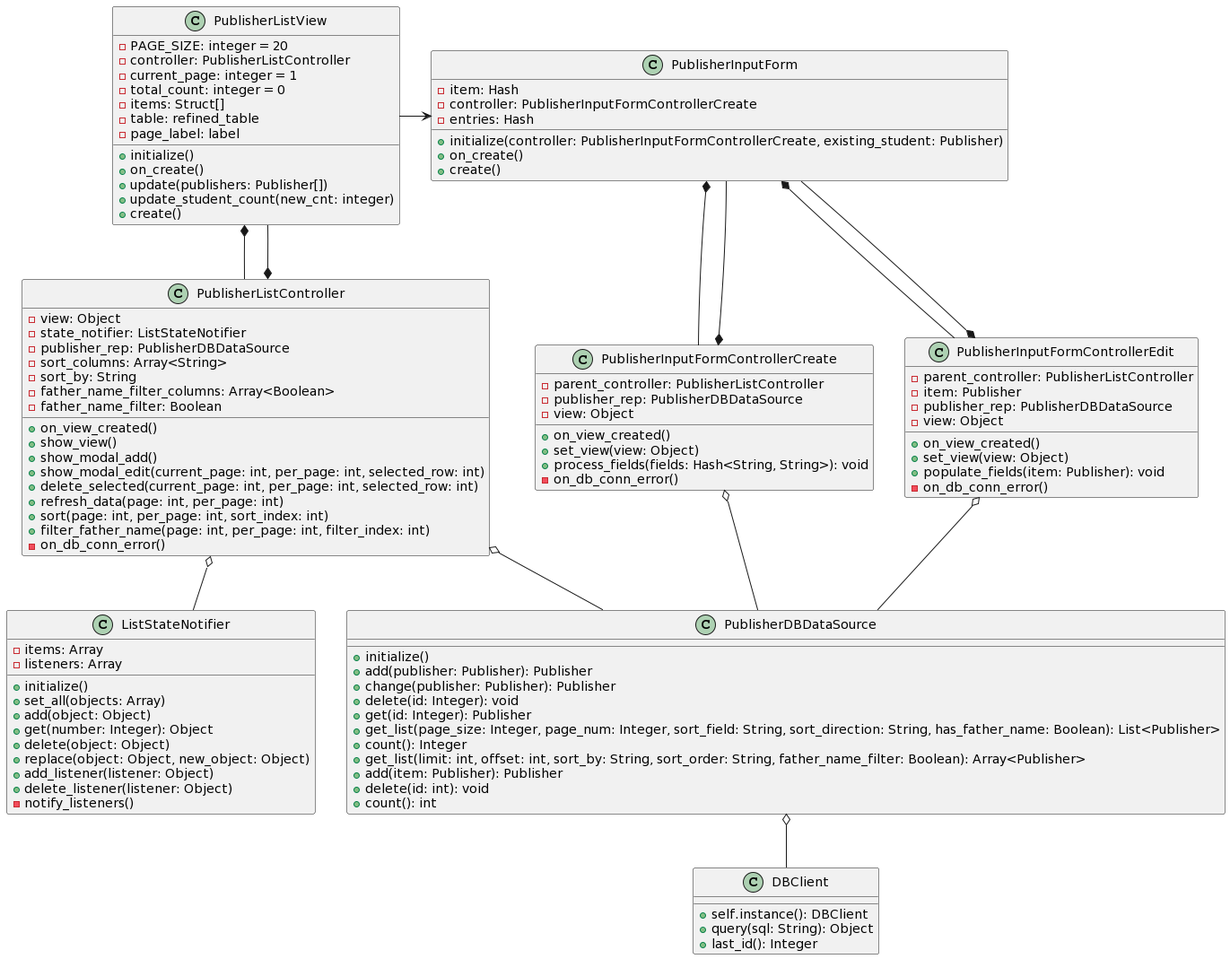
StarProxima/library_system keeps this PlantUML diagram as diagrams/publisher.png. Above is the earlier version. Its source is kept beside it as diagrams/publisher.puml.
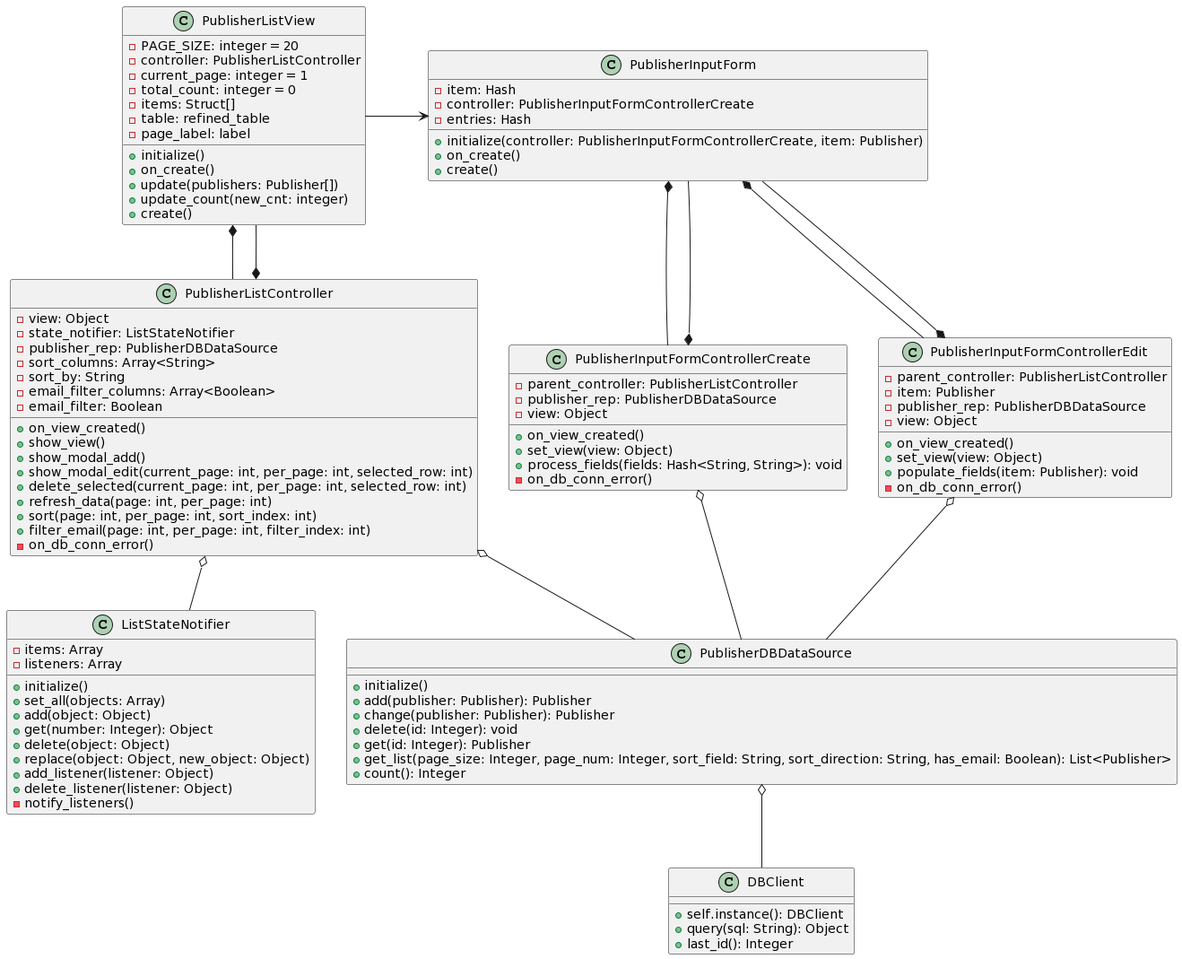
After the commit.

Diff of the diagram source:
```diff
@@ -22,7 +22,7 @@
   + change(publisher: Publisher): Publisher
   + delete(id: Integer): void
   + get(id: Integer): Publisher
-  + get_list(page_size: Integer, page_num: Integer, sort_field: String, sort_direction: String, has_father_name: Boolean): List<Publisher>
+  + get_list(page_size: Integer, page_num: Integer, sort_field: String, sort_direction: String, has_email: Boolean): List<Publisher>
   + count(): Integer
 }
 
@@ -38,8 +38,8 @@
   - publisher_rep: PublisherDBDataSource
   - sort_columns: Array<String>
   - sort_by: String
-  - father_name_filter_columns: Array<Boolean>
-  - father_name_filter: Boolean
+  - email_filter_columns: Array<Boolean>
+  - email_filter: Boolean
   + on_view_created()
   + show_view()
   + show_modal_add()
@@ -47,7 +47,7 @@
   + delete_selected(current_page: int, per_page: int, selected_row: int)
   + refresh_data(page: int, per_page: int)
   + sort(page: int, per_page: int, sort_index: int)
-  + filter_father_name(page: int, per_page: int, filter_index: int)
+  + filter_email(page: int, per_page: int, filter_index: int)
   - on_db_conn_error()
 }
 class ListStateNotifier {
@@ -63,12 +63,7 @@
   + delete_listener(listener: Object)
   - notify_listeners()
 }
-class PublisherDBDataSource {
-  + get_list(limit: int, offset: int, sort_by: String, sort_order: String, father_name_filter: Boolean): Array<Publisher>
-  + add(item: Publisher): Publisher
-  + delete(id: int): void
-  + count(): int
-}
+
 class PublisherInputFormControllerCreate {
   - parent_controller: PublisherListController
   - publisher_rep: PublisherDBDataSource
@@ -99,7 +94,7 @@
   + initialize()
   + on_create()
   + update(publishers: Publisher[])
-  + update_student_count(new_cnt: integer)
+  + update_count(new_cnt: integer)
   + create()
 }
 
@@ -107,12 +102,9 @@
   - item: Hash
   - controller: PublisherInputFormControllerCreate
   - entries: Hash
-  + initialize(controller: PublisherInputFormControllerCreate, existing_student: Publisher)
+  + initialize(controller: PublisherInputFormControllerCreate, item: Publisher)
   + on_create()
   + create()
 }
 
-
-
-
 @enduml
```
